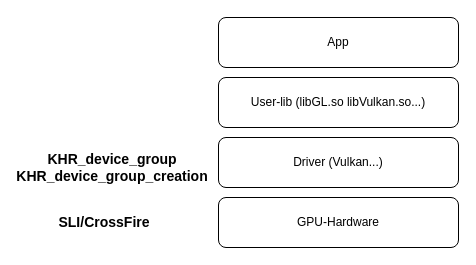
Before: Untitled Diagram.drawio in linshengli/img, a draw.io diagram. Source tidied: cells renumbered, new cells numbered last; positions are measured from the earlier drawing's top-left corner, leaving out a move shared by most shapes. Both pictures are drawn from the tidied source at 100%, with x=0, y=0 at pixel (84, 17).
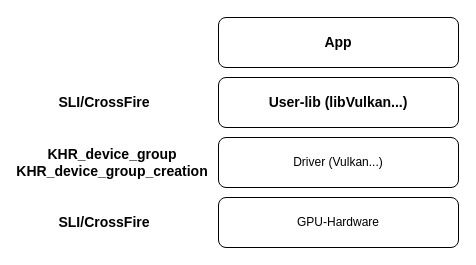
The same diagram, later.

The edit, as a diff of the source:
```diff
@@
 <mxGraphModel>
   <root>
     <mxCell id="0" />
     <mxCell id="1" parent="0" />
-    <mxCell id="2" value="App" style="rounded=1;whiteSpace=wrap;html=1;" parent="1" vertex="1">
+    <mxCell id="2" value="&lt;font style=&quot;font-size: 14px&quot;&gt;&lt;b&gt;App&lt;/b&gt;&lt;/font&gt;" style="rounded=1;whiteSpace=wrap;html=1;" parent="1" vertex="1">
       <mxGeometry x="134" width="240" height="50" as="geometry" />
     </mxCell>
-    <mxCell id="3" value="User-lib (libGL.so libVulkan.so...)" style="rounded=1;whiteSpace=wrap;html=1;" parent="1" vertex="1">
+    <mxCell id="3" value="&lt;font style=&quot;font-size: 14px&quot;&gt;&lt;b&gt;User-lib (libVulkan...)&lt;/b&gt;&lt;/font&gt;" style="rounded=1;whiteSpace=wrap;html=1;" parent="1" vertex="1">
       <mxGeometry x="134" y="60" width="240" height="50" as="geometry" />
     </mxCell>
     <mxCell id="4" value="Driver (Vulkan...)" style="rounded=1;whiteSpace=wrap;html=1;" parent="1" vertex="1">
       <mxGeometry x="134" y="120" width="240" height="50" as="geometry" />
     </mxCell>
     <mxCell id="5" value="GPU-Hardware" style="rounded=1;whiteSpace=wrap;html=1;" parent="1" vertex="1">
       <mxGeometry x="134" y="180" width="240" height="50" as="geometry" />
     </mxCell>
     <mxCell id="6" value="&lt;font style=&quot;font-size: 14px&quot;&gt;&lt;b&gt;SLI/CrossFire&lt;/b&gt;&lt;/font&gt;" style="text;html=1;strokeColor=none;fillColor=none;align=center;verticalAlign=middle;whiteSpace=wrap;rounded=0;" parent="1" vertex="1">
       <mxGeometry y="195" width="40" height="20" as="geometry" />
     </mxCell>
     <mxCell id="7" value="&lt;font style=&quot;font-size: 14px&quot;&gt;&lt;b&gt;KHR_device_group&lt;br&gt;KHR_device_group_creation&lt;/b&gt;&lt;/font&gt;" style="text;html=1;strokeColor=none;fillColor=none;align=center;verticalAlign=middle;whiteSpace=wrap;rounded=0;" parent="1" vertex="1">
-      <mxGeometry x="8" y="140" width="40" height="20" as="geometry" />
+      <mxGeometry x="8" y="135" width="40" height="20" as="geometry" />
     </mxCell>
+    <mxCell id="8" value="&lt;font style=&quot;font-size: 14px&quot;&gt;&lt;b&gt;SLI/CrossFire&lt;/b&gt;&lt;/font&gt;" style="text;html=1;strokeColor=none;fillColor=none;align=center;verticalAlign=middle;whiteSpace=wrap;rounded=0;" parent="1" vertex="1">
+      <mxGeometry y="75" width="40" height="20" as="geometry" />
+    </mxCell>
   </root>
 </mxGraphModel>
```
